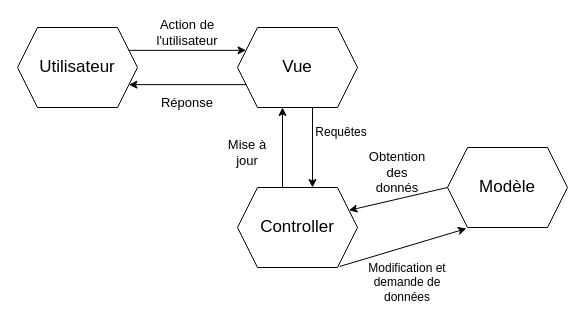
The draw.io diagram MVC.drawio in BMaurice56/Tamagotchi, before the edit. Source tidied: cells renumbered, new cells numbered last; positions are measured from the earlier drawing's top-left corner, leaving out a move shared by most shapes. Both pictures are drawn from the tidied source at 100%, with x=0, y=0 at pixel (17, 17).
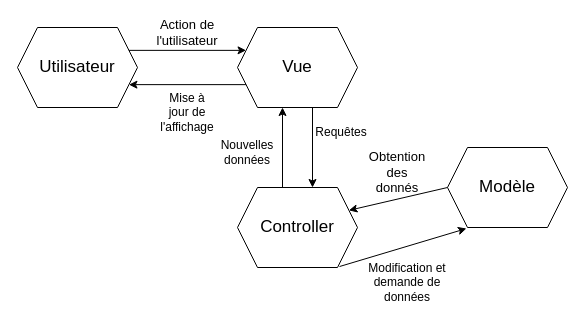
The same page after the edit.

Commit message (it also covers changes not shown here):
Mettre à jour MVC.drawio

Diff of the diagram source:
```diff
@@
 <mxGraphModel>
   <root>
     <mxCell id="0" />
     <mxCell id="1" parent="0" />
     <mxCell id="2" value="&lt;font style=&quot;font-size: 17px;&quot;&gt;Utilisateur&lt;/font&gt;" style="shape=hexagon;perimeter=hexagonPerimeter2;whiteSpace=wrap;html=1;fixedSize=1;" parent="1" vertex="1">
       <mxGeometry y="10" width="120" height="80" as="geometry" />
     </mxCell>
     <mxCell id="3" value="&lt;font style=&quot;font-size: 17px;&quot;&gt;Vue&lt;/font&gt;" style="shape=hexagon;perimeter=hexagonPerimeter2;whiteSpace=wrap;html=1;fixedSize=1;" parent="1" vertex="1">
       <mxGeometry x="220" y="10" width="120" height="80" as="geometry" />
     </mxCell>
     <mxCell id="4" value="&lt;font style=&quot;font-size: 17px;&quot;&gt;Controller&lt;/font&gt;" style="shape=hexagon;perimeter=hexagonPerimeter2;whiteSpace=wrap;html=1;fixedSize=1;" parent="1" vertex="1">
       <mxGeometry x="220" y="170" width="120" height="80" as="geometry" />
     </mxCell>
     <mxCell id="5" value="&lt;font style=&quot;font-size: 17px;&quot;&gt;Modèle&lt;/font&gt;" style="shape=hexagon;perimeter=hexagonPerimeter2;whiteSpace=wrap;html=1;fixedSize=1;" parent="1" vertex="1">
       <mxGeometry x="430" y="130" width="120" height="80" as="geometry" />
     </mxCell>
     <mxCell id="6" style="endArrow=classic;html=1;rounded=0;exitX=1;exitY=0.25;exitDx=0;exitDy=0;entryX=0;entryY=0.25;entryDx=0;entryDy=0;" parent="1" edge="1" source="2" target="3">
       <mxGeometry relative="1" as="geometry" />
     </mxCell>
     <mxCell id="7" style="endArrow=classic;html=1;rounded=0;exitX=0;exitY=0.75;exitDx=0;exitDy=0;entryX=1;entryY=0.75;entryDx=0;entryDy=0;" parent="1" edge="1" source="3" target="2">
       <mxGeometry relative="1" as="geometry" />
     </mxCell>
     <mxCell id="8" style="endArrow=classic;html=1;rounded=0;exitX=0.375;exitY=0;exitDx=0;exitDy=0;entryX=0.375;entryY=1;entryDx=0;entryDy=0;" parent="1" edge="1">
       <mxGeometry relative="1" as="geometry">
         <mxPoint x="265" y="170" as="sourcePoint" />
         <mxPoint x="265" y="90" as="targetPoint" />
       </mxGeometry>
     </mxCell>
     <mxCell id="9" style="endArrow=classic;html=1;rounded=0;exitX=0.625;exitY=1;exitDx=0;exitDy=0;entryX=0.625;entryY=0;entryDx=0;entryDy=0;" parent="1" edge="1" source="3" target="4">
       <mxGeometry relative="1" as="geometry" />
     </mxCell>
     <mxCell id="10" style="endArrow=classic;html=1;rounded=0;exitX=0.85;exitY=0.988;exitDx=0;exitDy=0;entryX=0.158;entryY=1.013;entryDx=0;entryDy=0;entryPerimeter=0;exitPerimeter=0;" parent="1" edge="1" source="4" target="5">
       <mxGeometry relative="1" as="geometry" />
     </mxCell>
     <mxCell id="11" style="endArrow=classic;html=1;rounded=0;entryX=1;entryY=0.25;entryDx=0;entryDy=0;exitX=0;exitY=0.5;exitDx=0;exitDy=0;" parent="1" edge="1" source="5" target="4">
       <mxGeometry relative="1" as="geometry" />
     </mxCell>
     <mxCell id="12" value="&lt;div style=&quot;font-size: 13px;&quot;&gt;&lt;font style=&quot;font-size: 13px;&quot;&gt;Action de &lt;br&gt;&lt;/font&gt;&lt;/div&gt;&lt;div style=&quot;font-size: 13px;&quot;&gt;&lt;font style=&quot;font-size: 13px;&quot;&gt;l'utilisateur&lt;font style=&quot;font-size: 13px;&quot;&gt;&lt;br&gt;&lt;/font&gt;&lt;/font&gt;&lt;/div&gt;" style="text;html=1;strokeColor=none;fillColor=none;align=center;verticalAlign=middle;whiteSpace=wrap;rounded=0;" parent="1" vertex="1">
       <mxGeometry x="140" width="60" height="30" as="geometry" />
     </mxCell>
-    <mxCell id="13" value="&lt;font style=&quot;font-size: 13px;&quot;&gt;Réponse&lt;/font&gt;" style="text;html=1;strokeColor=none;fillColor=none;align=center;verticalAlign=middle;whiteSpace=wrap;rounded=0;" parent="1" vertex="1">
-      <mxGeometry x="140" y="70" width="60" height="30" as="geometry" />
+    <mxCell id="13" value="Mise à jour de l'affichage" style="text;html=1;strokeColor=none;fillColor=none;align=center;verticalAlign=middle;whiteSpace=wrap;rounded=0;" parent="1" vertex="1">
+      <mxGeometry x="140" y="80" width="60" height="30" as="geometry" />
     </mxCell>
-    <mxCell id="14" value="&lt;font style=&quot;font-size: 13px;&quot;&gt;Mise à jour&lt;br&gt;&lt;/font&gt;" style="text;html=1;strokeColor=none;fillColor=none;align=center;verticalAlign=middle;whiteSpace=wrap;rounded=0;" parent="1" vertex="1">
+    <mxCell id="14" value="Nouvelles données" style="text;html=1;strokeColor=none;fillColor=none;align=center;verticalAlign=middle;whiteSpace=wrap;rounded=0;" parent="1" vertex="1">
       <mxGeometry x="200" y="120" width="60" height="30" as="geometry" />
     </mxCell>
     <mxCell id="15" value="&lt;font style=&quot;font-size: 13px;&quot;&gt;Obtention des donnés&lt;br&gt;&lt;/font&gt;" style="text;html=1;strokeColor=none;fillColor=none;align=center;verticalAlign=middle;whiteSpace=wrap;rounded=0;" parent="1" vertex="1">
       <mxGeometry x="350" y="140" width="60" height="30" as="geometry" />
     </mxCell>
     <mxCell id="16" value="Modification et demande de données" style="text;html=1;strokeColor=none;fillColor=none;align=center;verticalAlign=middle;whiteSpace=wrap;rounded=0;" parent="1" vertex="1">
       <mxGeometry x="350" y="250" width="80" height="30" as="geometry" />
     </mxCell>
     <mxCell id="17" value="Requêtes" style="text;html=1;strokeColor=none;fillColor=none;align=center;verticalAlign=middle;whiteSpace=wrap;rounded=0;" parent="1" vertex="1">
       <mxGeometry x="294" y="100" width="60" height="30" as="geometry" />
     </mxCell>
   </root>
 </mxGraphModel>
```
